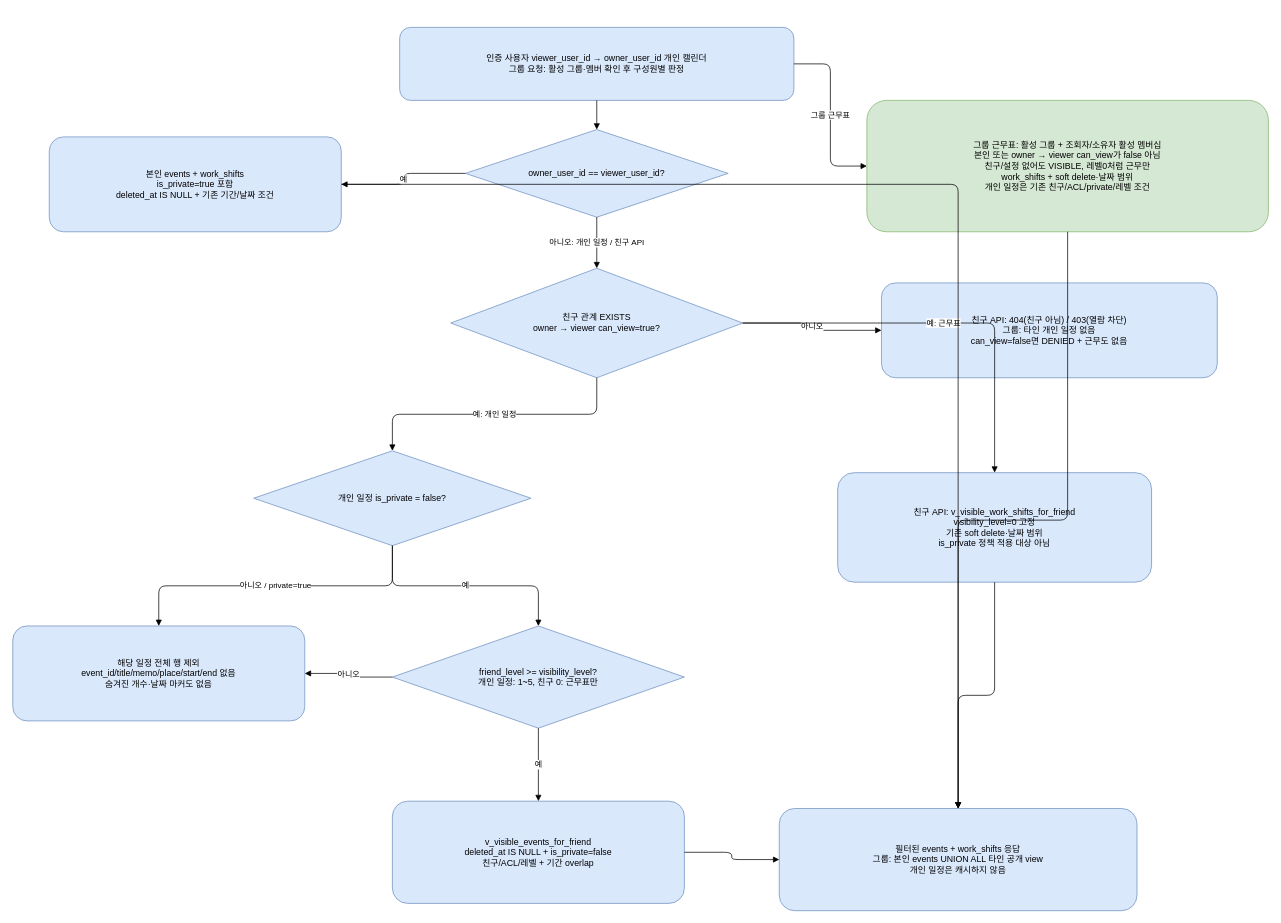
Before: visibility_flow.drawio in hspark-1/shift_calendar_server, a draw.io diagram. Source tidied: cells renumbered, new cells numbered last; positions are measured from the earlier drawing's top-left corner, leaving out a move shared by most shapes. Both pictures are drawn from the tidied source at 73%, with x=0, y=0 at pixel (12, 27).
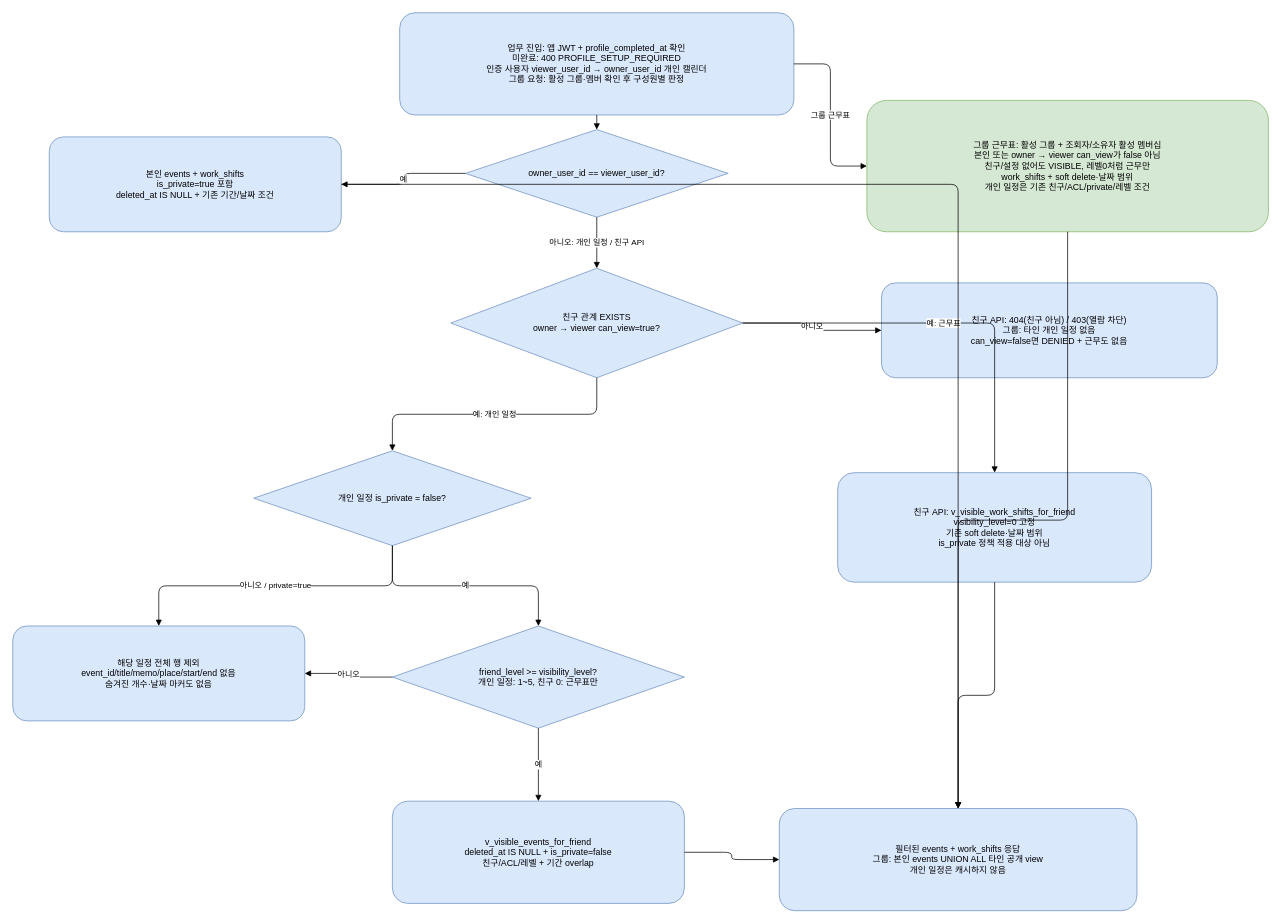
After the change.

The edit, as a diff of the source:
```diff
@@
-    <mxCell id="2" value="인증 사용자 viewer_user_id → owner_user_id 개인 캘린더&#10;그룹 요청: 활성 그룹·멤버 확인 후 구성원별 판정" style="rounded=1;whiteSpace=wrap;html=1;fillColor=#dae8fc;strokeColor=#6c8ebf;" parent="1" vertex="1">
-      <mxGeometry x="530" width="540" height="100" as="geometry" />
+    <mxCell id="2" value="업무 진입: 앱 JWT + profile_completed_at 확인&#10;미완료: 400 PROFILE_SETUP_REQUIRED&#10;인증 사용자 viewer_user_id → owner_user_id 개인 캘린더&#10;그룹 요청: 활성 그룹·멤버 확인 후 구성원별 판정" style="rounded=1;whiteSpace=wrap;html=1;fillColor=#dae8fc;strokeColor=#6c8ebf;" parent="1" vertex="1">
+      <mxGeometry x="530" y="-20" width="540" height="140" as="geometry" />
     </mxCell>
```
